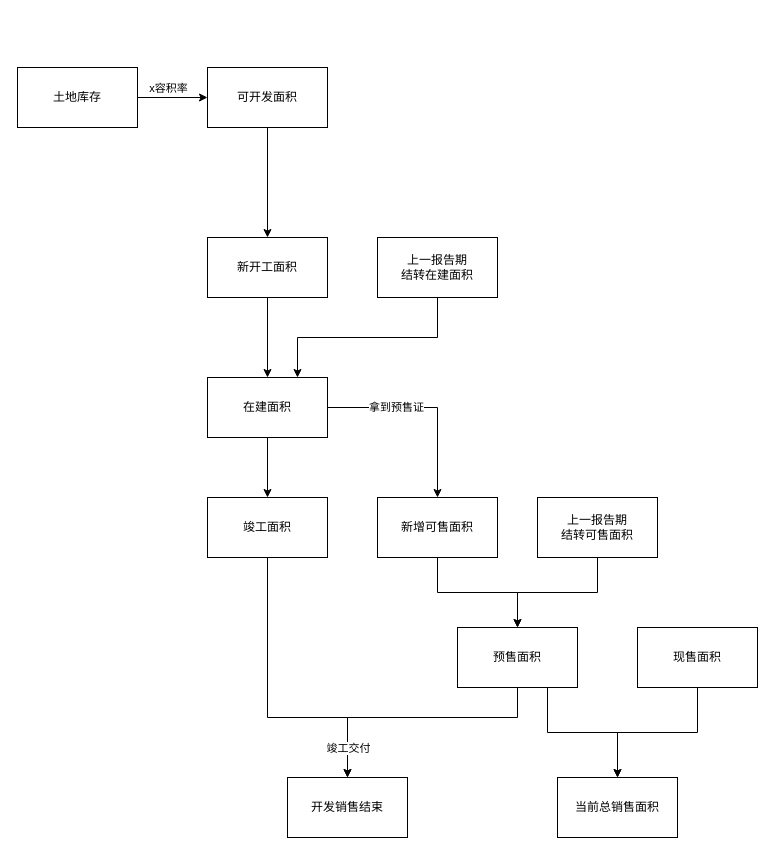
This is 房地产开发各个面积定义和关系.drawio from evagle/awesome, a draw.io file, before an edit. Source tidied: cells renumbered, new cells numbered last; positions are measured from the earlier drawing's top-left corner, leaving out a move shared by most shapes. Both pictures are drawn from the tidied source at 100%, with x=0, y=0 at pixel (17, 67).
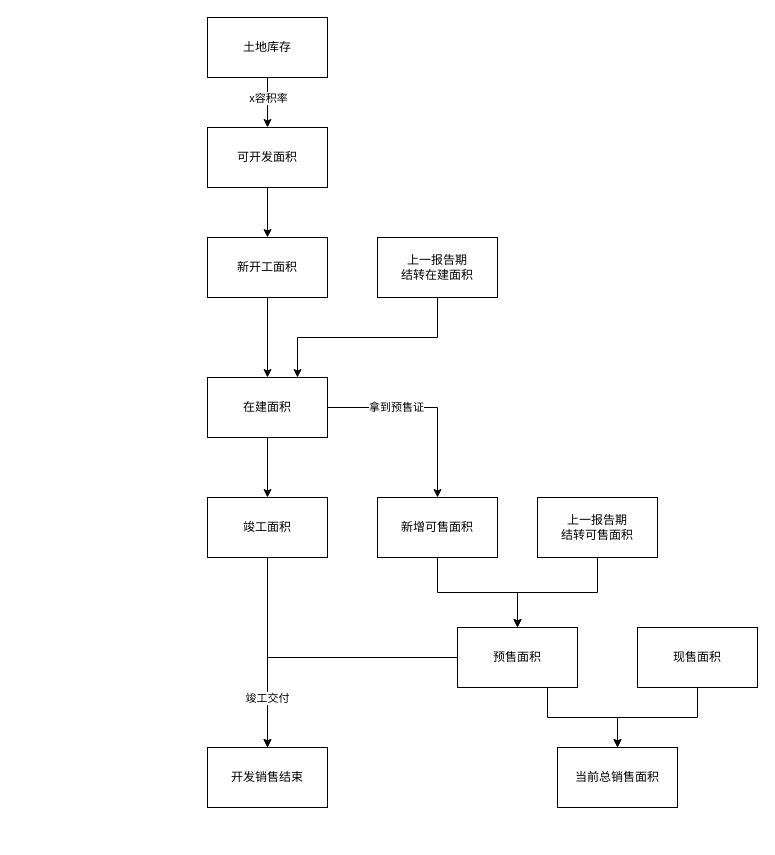
The same diagram, later.

Commit message (it also covers changes not shown here):
Update 房地产开发各个面积定义和关系.drawio

The change refers to these unchanged cells:
```xml
<mxCell id="16" value="竣工面积" style="rounded=0;whiteSpace=wrap;html=1;" parent="1" vertex="1">
  <mxGeometry x="190" y="430" width="120" height="60" as="geometry" />
</mxCell>
<mxCell id="24" value="预售面积" style="rounded=0;whiteSpace=wrap;html=1;" parent="1" vertex="1">
  <mxGeometry x="440" y="560" width="120" height="60" as="geometry" />
</mxCell>
```

What changed in the source:
```diff
@@
-    <mxCell id="2" style="edgeStyle=orthogonalEdgeStyle;rounded=0;jettySize=auto;html=1;exitX=1;exitY=0.5;exitDx=0;exitDy=0;" parent="1" edge="1" source="4" target="6">
+    <mxCell id="2" style="edgeStyle=orthogonalEdgeStyle;rounded=0;jettySize=auto;html=1;exitX=0.5;exitY=1;exitDx=0;exitDy=0;entryX=0.5;entryY=0;entryDx=0;entryDy=0;" parent="1" edge="1" source="4" target="6">
       <mxGeometry relative="1" as="geometry" />
     </mxCell>
     <mxCell id="3" value="x容积率" style="edgeLabel;html=1;align=center;verticalAlign=middle;" parent="2" vertex="1">
       <mxGeometry x="-0.2" y="2" relative="1" as="geometry">
-        <mxPoint x="2" y="-8" as="offset" />
+        <mxPoint x="-2" as="offset" />
       </mxGeometry>
     </mxCell>
     <mxCell id="4" value="土地库存" style="rounded=0;whiteSpace=wrap;html=1;" parent="1" vertex="1">
-      <mxGeometry width="120" height="60" as="geometry" />
+      <mxGeometry x="190" y="-50" width="120" height="60" as="geometry" />
     </mxCell>
@@
     <mxCell id="6" value="可开发面积" style="rounded=0;whiteSpace=wrap;html=1;" parent="1" vertex="1">
-      <mxGeometry x="190" width="120" height="60" as="geometry" />
+      <mxGeometry x="190" y="60" width="120" height="60" as="geometry" />
     </mxCell>
@@
-    <mxCell id="15" style="edgeStyle=orthogonalEdgeStyle;rounded=0;jettySize=auto;html=1;exitX=0.5;exitY=1;exitDx=0;exitDy=0;entryX=0.5;entryY=0;entryDx=0;entryDy=0;" parent="1" edge="1" source="16" target="25">
-      <mxGeometry relative="1" as="geometry">
-        <Array as="points">
-          <mxPoint x="250" y="650" />
-          <mxPoint x="330" y="650" />
-        </Array>
-      </mxGeometry>
+    <mxCell id="15" style="edgeStyle=orthogonalEdgeStyle;rounded=0;jettySize=auto;html=1;exitX=0.5;exitY=1;exitDx=0;exitDy=0;" parent="1" edge="1" source="16" target="25">
+      <mxGeometry relative="1" as="geometry" />
     </mxCell>
@@
+    <mxCell id="23" style="edgeStyle=orthogonalEdgeStyle;rounded=0;jettySize=auto;html=1;exitX=0.75;exitY=1;exitDx=0;exitDy=0;entryX=0.5;entryY=0;entryDx=0;entryDy=0;" parent="1" edge="1" source="24" target="28">
+      <mxGeometry relative="1" as="geometry" />
+    </mxCell>
-    <mxCell id="21" style="edgeStyle=orthogonalEdgeStyle;rounded=0;jettySize=auto;html=1;exitX=0.5;exitY=1;exitDx=0;exitDy=0;" parent="1" edge="1" source="24" target="25">
-      <mxGeometry relative="1" as="geometry">
-        <Array as="points">
-          <mxPoint x="500" y="650" />
-          <mxPoint x="330" y="650" />
-        </Array>
-      </mxGeometry>
+    <mxCell id="21" style="edgeStyle=orthogonalEdgeStyle;rounded=0;jettySize=auto;html=1;exitX=0;exitY=0.5;exitDx=0;exitDy=0;entryX=0.5;entryY=0;entryDx=0;entryDy=0;" parent="1" edge="1" source="24" target="25">
+      <mxGeometry relative="1" as="geometry" />
     </mxCell>
     <mxCell id="22" value="竣工交付" style="edgeLabel;html=1;align=center;verticalAlign=middle;" parent="21" vertex="1">
-      <mxGeometry x="0.27" y="-2" relative="1" as="geometry">
-        <mxPoint x="-35" y="32" as="offset" />
-      </mxGeometry>
+      <mxGeometry x="0.64" y="-1" relative="1" as="geometry" />
     </mxCell>
-    <mxCell id="23" style="edgeStyle=orthogonalEdgeStyle;rounded=0;jettySize=auto;html=1;exitX=0.75;exitY=1;exitDx=0;exitDy=0;entryX=0.5;entryY=0;entryDx=0;entryDy=0;" parent="1" edge="1" source="24" target="28">
-      <mxGeometry relative="1" as="geometry" />
-    </mxCell>
@@
     <mxCell id="25" value="开发销售结束" style="rounded=0;whiteSpace=wrap;html=1;" parent="1" vertex="1">
-      <mxGeometry x="270" y="710" width="120" height="60" as="geometry" />
+      <mxGeometry x="190" y="680" width="120" height="60" as="geometry" />
     </mxCell>
@@
     <mxCell id="28" value="当前总销售面积" style="rounded=0;whiteSpace=wrap;html=1;" parent="1" vertex="1">
-      <mxGeometry x="540" y="710" width="120" height="60" as="geometry" />
+      <mxGeometry x="540" y="680" width="120" height="60" as="geometry" />
     </mxCell>
```
